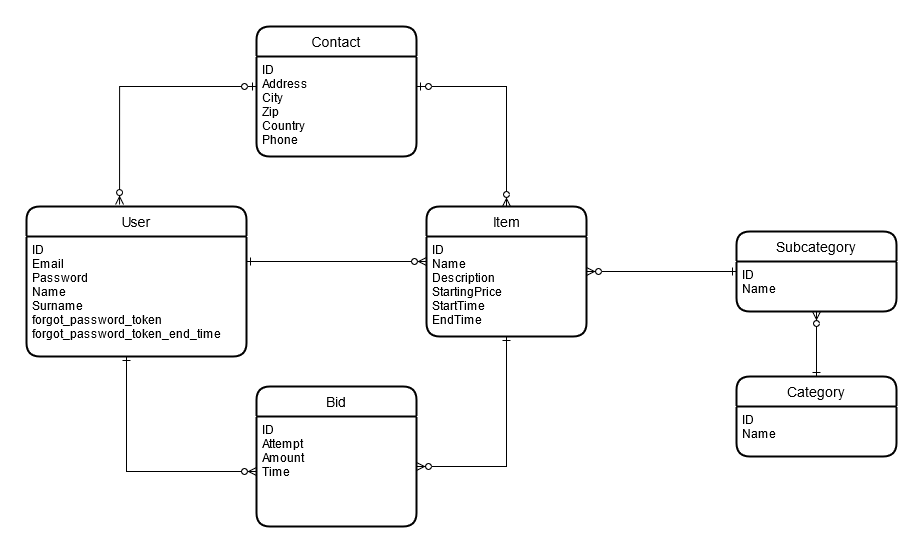
beep101/auctionAppBackend keeps this draw.io diagram as database/ER Diagram.png. Above is the earlier version. Source tidied: cells renumbered, new cells last; positions are measured from the earlier drawing's top-left corner, leaving out a move shared by most shapes.
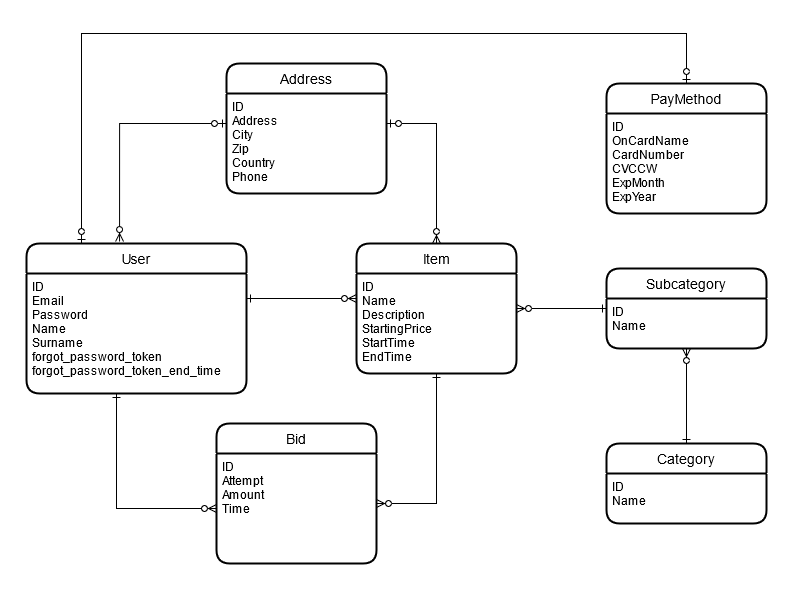
Later version of the same file.

What changed in the source:
```diff
@@ -3,13 +3,13 @@
     <mxCell id="0" />
     <mxCell id="1" parent="0" />
     <mxCell id="2" value="User" style="swimlane;horizontal=1;startSize=30;rounded=1;fontSize=14;fontStyle=0;strokeWidth=2;shadow=0;dashed=0;align=center;" parent="1" vertex="1">
-      <mxGeometry y="180" width="220" height="150" as="geometry" />
+      <mxGeometry x="30" y="180" width="220" height="150" as="geometry" />
     </mxCell>
     <mxCell id="3" value="ID&#10;Email&#10;Password&#10;Name&#10;Surname&#10;forgot_password_token&#10;forgot_password_token_end_time&#10;&#10;&#10;" style="align=left;strokeColor=none;fillColor=none;spacingLeft=4;fontSize=12;verticalAlign=top;" parent="2" vertex="1">
       <mxGeometry y="30" width="220" height="120" as="geometry" />
     </mxCell>
     <mxCell id="4" value="Item" style="swimlane;horizontal=1;startSize=30;rounded=1;fontSize=14;fontStyle=0;strokeWidth=2;shadow=0;dashed=0;align=center;" parent="1" vertex="1">
-      <mxGeometry x="400" y="180" width="160" height="130" as="geometry" />
+      <mxGeometry x="360" y="180" width="160" height="130" as="geometry" />
     </mxCell>
     <mxCell id="5" value="ID&#10;Name&#10;Description&#10;StartingPrice&#10;StartTime&#10;EndTime&#10;" style="align=left;strokeColor=none;fillColor=none;spacingLeft=4;fontSize=12;verticalAlign=top;" parent="4" vertex="1">
       <mxGeometry y="30" width="160" height="100" as="geometry" />
@@ -23,7 +23,7 @@
       </mxGeometry>
     </mxCell>
     <mxCell id="7" value="Bid" style="swimlane;horizontal=1;startSize=30;rounded=1;fontSize=14;fontStyle=0;strokeWidth=2;shadow=0;dashed=0;align=center;" parent="1" vertex="1">
-      <mxGeometry x="230" y="360" width="160" height="140" as="geometry" />
+      <mxGeometry x="220" y="360" width="160" height="140" as="geometry" />
     </mxCell>
     <mxCell id="8" value="ID&#10;Attempt&#10;Amount&#10;Time&#10;" style="align=left;strokeColor=none;fillColor=none;spacingLeft=4;fontSize=12;verticalAlign=top;" parent="7" vertex="1">
       <mxGeometry y="30" width="160" height="110" as="geometry" />
@@ -31,14 +31,14 @@
     <mxCell id="9" style="edgeStyle=orthogonalEdgeStyle;rounded=0;jettySize=auto;html=1;startArrow=ERzeroToMany;startFill=1;endArrow=ERone;endFill=0;" parent="1" edge="1" source="8" target="4">
       <mxGeometry relative="1" as="geometry">
         <Array as="points">
-          <mxPoint x="480" y="440" />
+          <mxPoint x="440" y="440" />
         </Array>
       </mxGeometry>
     </mxCell>
     <mxCell id="10" style="edgeStyle=orthogonalEdgeStyle;rounded=0;jettySize=auto;html=1;entryX=0;entryY=0.5;entryDx=0;entryDy=0;startArrow=ERone;startFill=0;endArrow=ERzeroToMany;endFill=1;" parent="1" edge="1" source="3" target="8">
       <mxGeometry relative="1" as="geometry">
         <Array as="points">
-          <mxPoint x="100" y="445" />
+          <mxPoint x="120" y="445" />
         </Array>
       </mxGeometry>
     </mxCell>
@@ -46,12 +46,12 @@
       <mxGeometry relative="1" as="geometry" />
     </mxCell>
     <mxCell id="12" value="Subcategory" style="swimlane;horizontal=1;startSize=30;rounded=1;fontSize=14;fontStyle=0;strokeWidth=2;shadow=0;dashed=0;align=center;" parent="1" vertex="1">
-      <mxGeometry x="710" y="205" width="160" height="80" as="geometry" />
+      <mxGeometry x="610" y="205" width="160" height="80" as="geometry" />
     </mxCell>
     <mxCell id="13" value="ID&#10;Name&#10;" style="align=left;strokeColor=none;fillColor=none;spacingLeft=4;fontSize=12;verticalAlign=top;" parent="12" vertex="1">
       <mxGeometry y="30" width="160" height="50" as="geometry" />
     </mxCell>
-    <mxCell id="14" value="Contact" style="swimlane;horizontal=1;startSize=30;rounded=1;fontSize=14;fontStyle=0;strokeWidth=2;shadow=0;dashed=0;align=center;" parent="1" vertex="1">
+    <mxCell id="14" value="Address" style="swimlane;horizontal=1;startSize=30;rounded=1;fontSize=14;fontStyle=0;strokeWidth=2;shadow=0;dashed=0;align=center;" parent="1" vertex="1">
       <mxGeometry x="230" width="160" height="130" as="geometry" />
     </mxCell>
     <mxCell id="15" value="ID&#10;Address&#10;City&#10;Zip&#10;Country&#10;Phone&#10;&#10;&#10;&#10;" style="align=left;strokeColor=none;fillColor=none;spacingLeft=4;fontSize=12;verticalAlign=top;" parent="14" vertex="1">
@@ -60,19 +60,19 @@
     <mxCell id="16" style="edgeStyle=orthogonalEdgeStyle;rounded=0;jettySize=auto;html=1;entryX=0.423;entryY=-0.013;entryDx=0;entryDy=0;endArrow=ERzeroToMany;endFill=1;startArrow=ERzeroToOne;startFill=1;entryPerimeter=0;" parent="1" edge="1" source="15" target="2">
       <mxGeometry relative="1" as="geometry">
         <Array as="points">
-          <mxPoint x="93" y="60" />
+          <mxPoint x="123" y="60" />
         </Array>
       </mxGeometry>
     </mxCell>
     <mxCell id="17" style="edgeStyle=orthogonalEdgeStyle;rounded=0;jettySize=auto;html=1;startArrow=ERzeroToOne;startFill=1;endArrow=ERzeroToMany;endFill=1;" parent="1" edge="1" source="15" target="4">
       <mxGeometry relative="1" as="geometry">
         <Array as="points">
-          <mxPoint x="480" y="60" />
+          <mxPoint x="440" y="60" />
         </Array>
       </mxGeometry>
     </mxCell>
     <mxCell id="18" value="Category" style="swimlane;horizontal=1;startSize=30;rounded=1;fontSize=14;fontStyle=0;strokeWidth=2;shadow=0;dashed=0;align=center;" parent="1" vertex="1">
-      <mxGeometry x="710" y="350" width="160" height="80" as="geometry" />
+      <mxGeometry x="610" y="380" width="160" height="80" as="geometry" />
     </mxCell>
     <mxCell id="19" value="ID&#10;Name&#10;" style="align=left;strokeColor=none;fillColor=none;spacingLeft=4;fontSize=12;verticalAlign=top;" parent="18" vertex="1">
       <mxGeometry y="30" width="160" height="50" as="geometry" />
@@ -80,5 +80,19 @@
     <mxCell id="20" style="edgeStyle=orthogonalEdgeStyle;rounded=0;jettySize=auto;html=1;startArrow=ERone;startFill=0;endArrow=ERzeroToMany;endFill=1;entryX=0.5;entryY=1;entryDx=0;entryDy=0;" parent="1" edge="1" source="18" target="13">
       <mxGeometry relative="1" as="geometry" />
     </mxCell>
+    <mxCell id="21" style="edgeStyle=orthogonalEdgeStyle;rounded=0;jettySize=auto;html=1;entryX=0.25;entryY=0;entryDx=0;entryDy=0;startArrow=ERzeroToOne;startFill=1;endArrow=ERzeroToOne;endFill=1;" parent="1" edge="1" source="22" target="2">
+      <mxGeometry relative="1" as="geometry">
+        <Array as="points">
+          <mxPoint x="690" y="-30" />
+          <mxPoint x="85" y="-30" />
+        </Array>
+      </mxGeometry>
+    </mxCell>
+    <mxCell id="22" value="PayMethod" style="swimlane;horizontal=1;startSize=30;rounded=1;fontSize=14;fontStyle=0;strokeWidth=2;shadow=0;dashed=0;align=center;" parent="1" vertex="1">
+      <mxGeometry x="610" y="20" width="160" height="130" as="geometry" />
+    </mxCell>
+    <mxCell id="23" value="ID&#10;OnCardName&#10;CardNumber&#10;CVCCW&#10;ExpMonth&#10;ExpYear&#10;&#10;&#10;&#10;" style="align=left;strokeColor=none;fillColor=none;spacingLeft=4;fontSize=12;verticalAlign=top;" parent="22" vertex="1">
+      <mxGeometry y="30" width="160" height="100" as="geometry" />
+    </mxCell>
   </root>
 </mxGraphModel>
```
